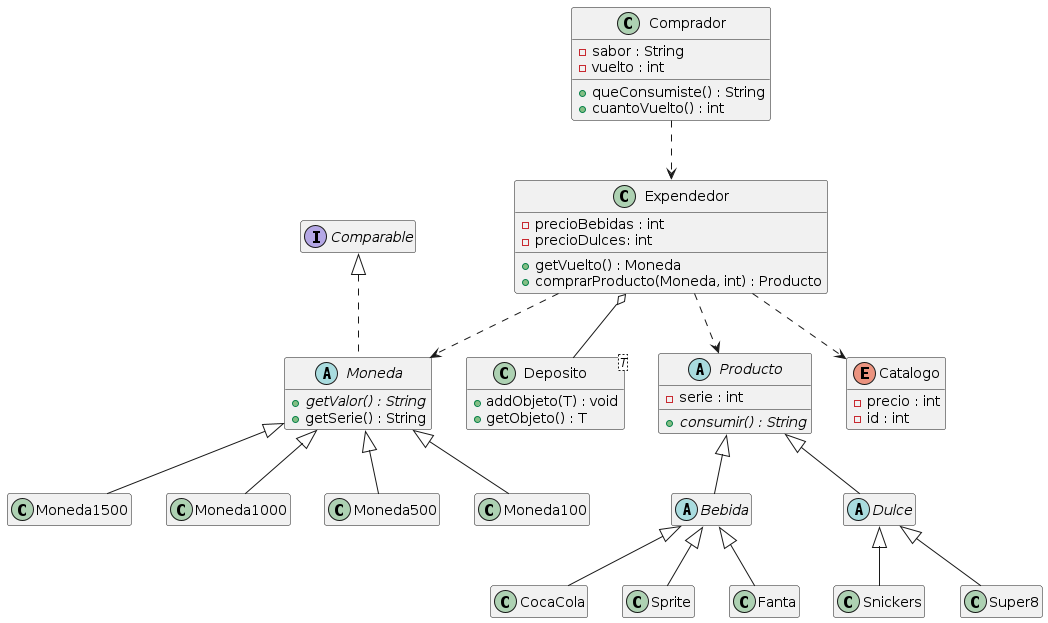
Before: UML_Imagen.png, a diagram exported from PlantUML (molivas2022/Tarea3).
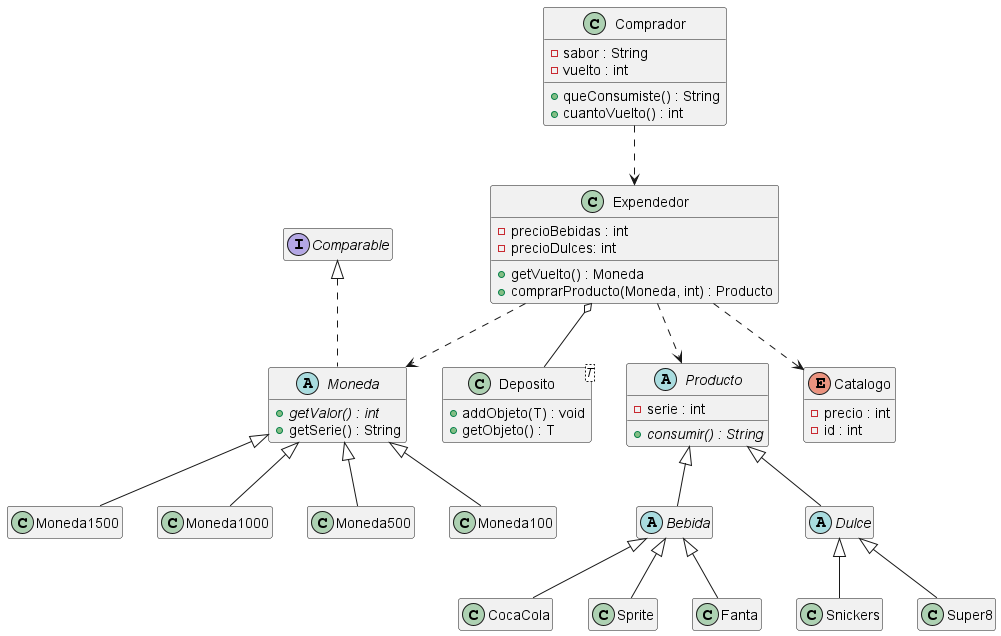
After the change.

Commit message:
fix: Corrección UML en metodo getValor de Moneda

Diff of the diagram source:
```diff
@@ -1,4 +1,4 @@
-@startuml
+@startuml UML_Imagen
 hide empty methods
 hide empty fields
 
@@ -19,7 +19,7 @@
     {method} + getObjeto() : T
 }
 abstract Moneda implements Comparable {
-  {method} {abstract} + getValor() : String
+  {method} {abstract} + getValor() : int
   {method} + getSerie() : String
 }
 abstract Producto {
@@ -66,4 +66,5 @@
 Moneda <|-- Moneda500
 Moneda <|-- Moneda1000
 Moneda <|-- Moneda1500
+
 @enduml
```
